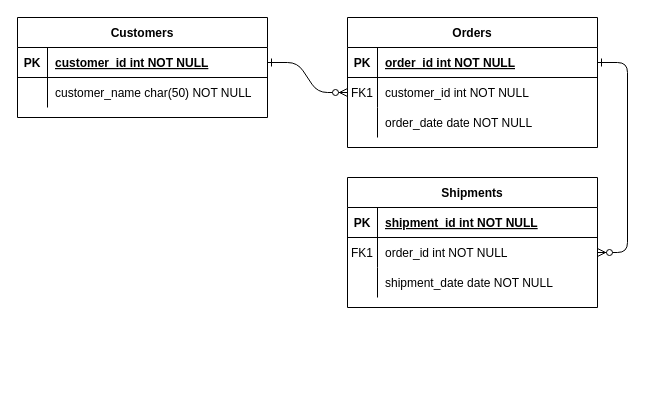
Earlier version of the draw.io diagram project_docs/ecommercex_er-diagram.drawio (Pls-Put-A-Name-Here/FullStack). Source tidied: cells renumbered, new cells numbered last; positions are measured from the earlier drawing's top-left corner, leaving out a move shared by most shapes. Both pictures are drawn from the tidied source at 100%, with x=0, y=0 at pixel (17, 17).
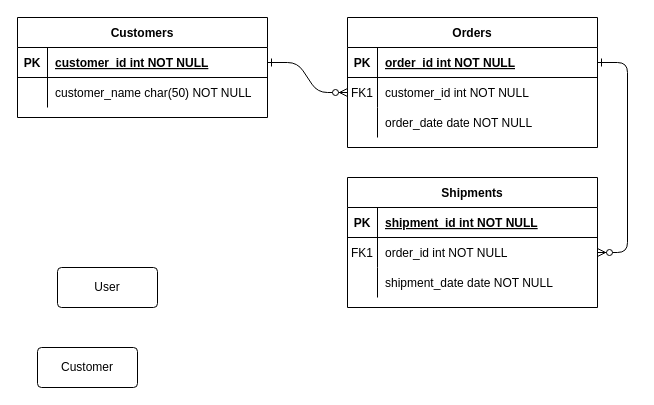
After the change.

The edit, as a diff of the source:
```diff
@@
+    <mxCell id="31" value="Customer" style="rounded=1;arcSize=10;whiteSpace=wrap;html=1;align=center;" parent="1" vertex="1">
+      <mxGeometry x="20" y="330" width="100" height="40" as="geometry" />
+    </mxCell>
+    <mxCell id="32" value="User&lt;br&gt;" style="rounded=1;arcSize=10;whiteSpace=wrap;html=1;align=center;" parent="1" vertex="1">
+      <mxGeometry x="40" y="250" width="100" height="40" as="geometry" />
+    </mxCell>
```
